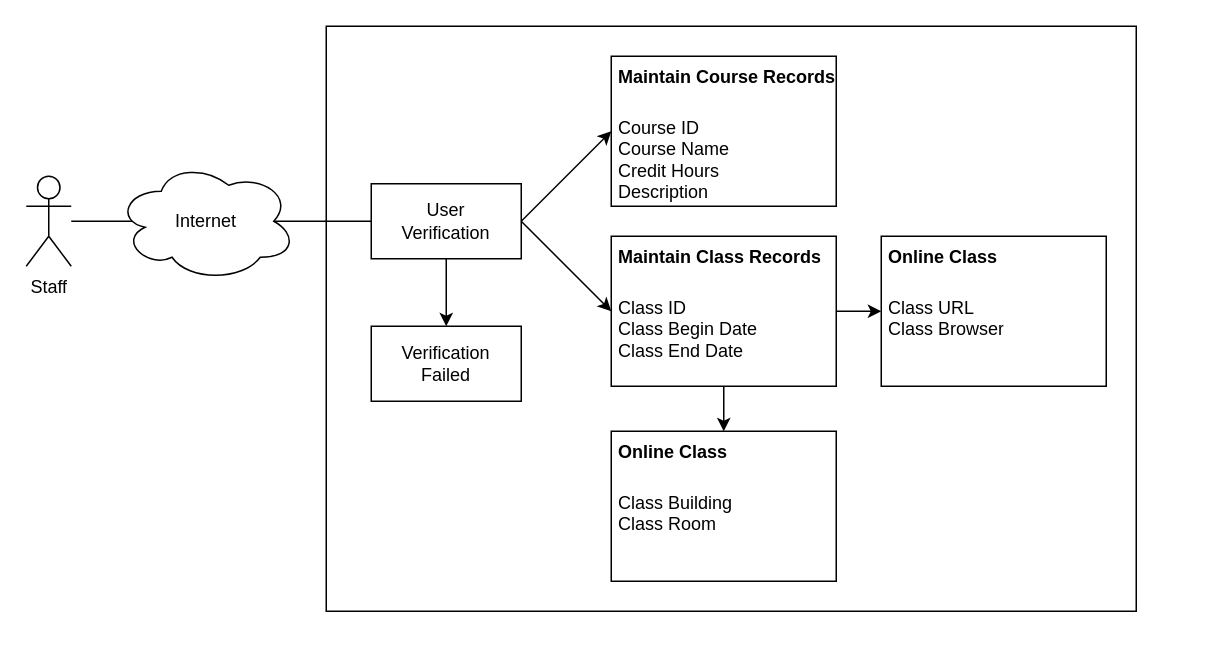
Before: Mod3_Discussion.drawio in BrandonLombard/OOAD-SNHU, a draw.io diagram. Source tidied: cells renumbered, new cells numbered last; positions are measured from the earlier drawing's top-left corner, leaving out a move shared by most shapes. Both pictures are drawn from the tidied source at 150%, with x=0, y=0 at pixel (26, 26).
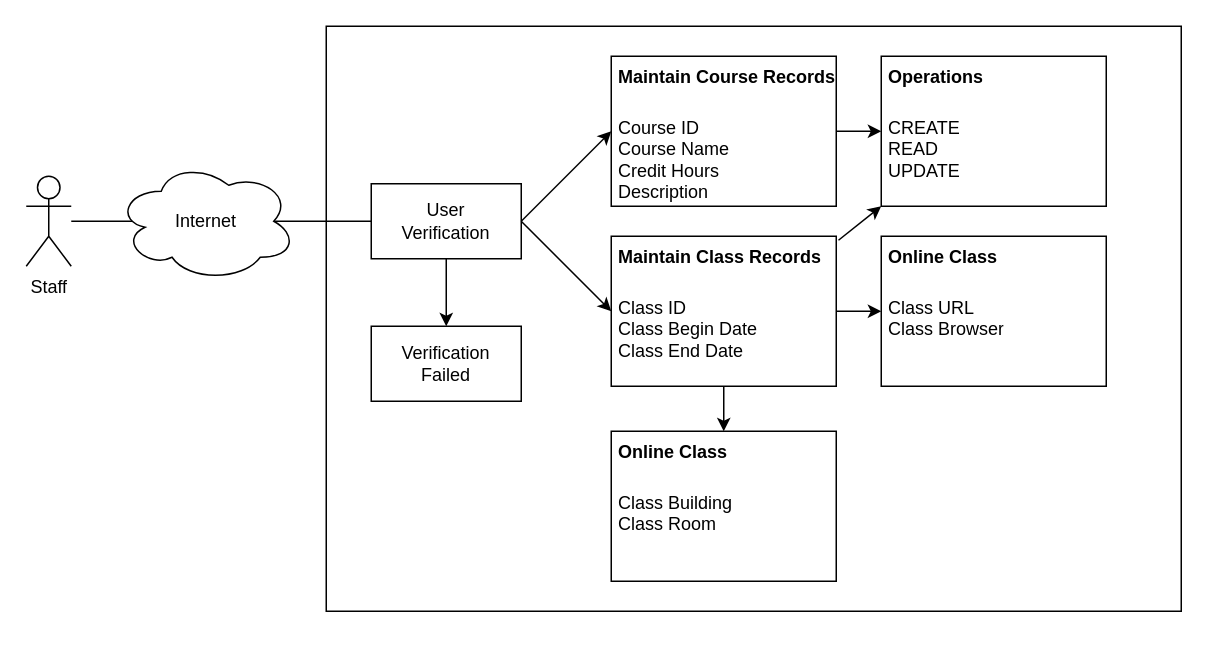
Above is the later version.

Unchanged cells that the change refers to:
```xml
<mxCell id="13" style="rounded=0;whiteSpace=wrap;html=1;" parent="1" vertex="1">
  <mxGeometry x="390" y="20" width="150" height="100" as="geometry" />
</mxCell>
<mxCell id="18" value="&lt;h1&gt;&lt;span style=&quot;font-size: 12px&quot;&gt;Maintain Class Records&lt;/span&gt;&lt;/h1&gt;&lt;div&gt;&lt;span style=&quot;font-size: 12px&quot;&gt;Class ID&lt;/span&gt;&lt;/div&gt;&lt;div&gt;&lt;span style=&quot;font-size: 12px&quot;&gt;Class Begin Date&lt;/span&gt;&lt;/div&gt;&lt;div&gt;&lt;span style=&quot;font-size: 12px&quot;&gt;Class End Date&lt;/span&gt;&lt;/div&gt;" style="text;html=1;strokeColor=none;fillColor=none;spacing=5;spacingTop=-20;whiteSpace=wrap;overflow=hidden;rounded=0;" parent="1" vertex="1">
  <mxGeometry x="390" y="130" width="150" height="110" as="geometry" />
</mxCell>
```

The edit, as a diff of the source:
```diff
@@
     <mxCell id="4" style="rounded=0;whiteSpace=wrap;html=1;" parent="1" vertex="1">
-      <mxGeometry x="200" width="540" height="390" as="geometry" />
+      <mxGeometry x="200" width="570" height="390" as="geometry" />
     </mxCell>
@@
+    <mxCell id="26" style="edgeStyle=orthogonalEdgeStyle;rounded=0;jettySize=auto;html=1;entryX=0;entryY=0.5;entryDx=0;entryDy=0;" parent="1" edge="1" source="13" target="27">
+      <mxGeometry relative="1" as="geometry" />
+    </mxCell>
@@
     <mxCell id="14" value="&lt;h1&gt;&lt;span style=&quot;font-size: 12px&quot;&gt;Maintain Course Records&lt;/span&gt;&lt;/h1&gt;&lt;p&gt;Course ID&lt;br&gt;Course Name&lt;br&gt;Credit Hours&lt;br&gt;Description&lt;/p&gt;" style="text;html=1;strokeColor=none;fillColor=none;spacing=5;spacingTop=-20;whiteSpace=wrap;overflow=hidden;rounded=0;" parent="1" vertex="1">
-      <mxGeometry x="390" y="10" width="190" height="110" as="geometry" />
+      <mxGeometry x="390" y="10" width="160" height="110" as="geometry" />
     </mxCell>
@@
+    <mxCell id="27" style="rounded=0;whiteSpace=wrap;html=1;" parent="1" vertex="1">
+      <mxGeometry x="570" y="20" width="150" height="100" as="geometry" />
+    </mxCell>
+    <mxCell id="28" value="&lt;h1&gt;&lt;span style=&quot;font-size: 12px&quot;&gt;Operations&lt;/span&gt;&lt;/h1&gt;&lt;div&gt;CREATE&lt;/div&gt;&lt;div&gt;READ&lt;/div&gt;&lt;div&gt;UPDATE&lt;/div&gt;&lt;div&gt;&lt;br&gt;&lt;/div&gt;" style="text;html=1;strokeColor=none;fillColor=none;spacing=5;spacingTop=-20;whiteSpace=wrap;overflow=hidden;rounded=0;" parent="1" vertex="1">
+      <mxGeometry x="570" y="10" width="180" height="110" as="geometry" />
+    </mxCell>
+    <mxCell id="29" style="endArrow=classic;html=1;exitX=1.01;exitY=0.115;exitDx=0;exitDy=0;exitPerimeter=0;entryX=0;entryY=1;entryDx=0;entryDy=0;" parent="1" edge="1" source="18" target="28">
+      <mxGeometry relative="1" as="geometry" />
+    </mxCell>
```
